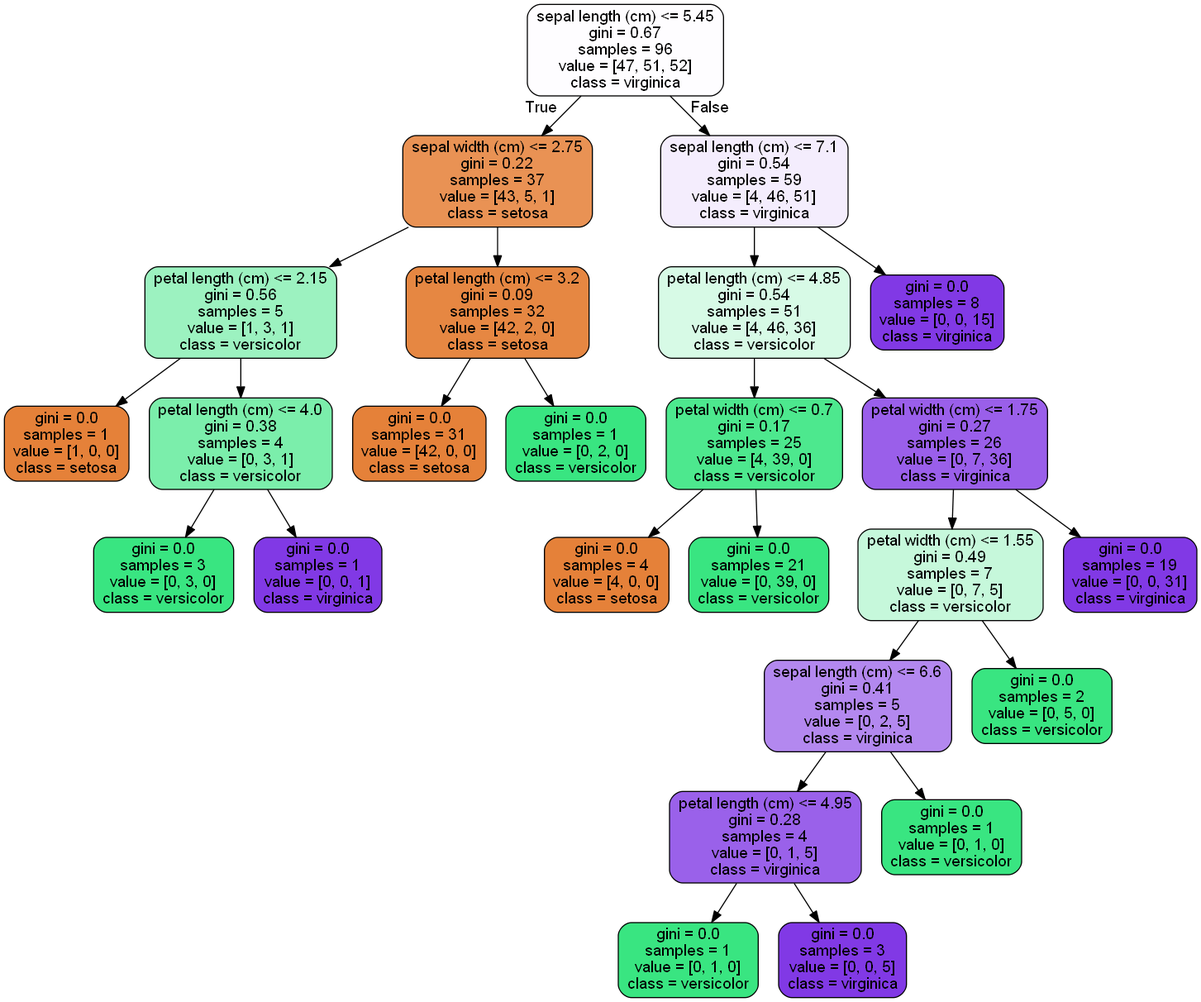
Earlier version of the Graphviz export 1593492590_RandomForest_Covid_Case_Study_06302020 (3)/RandomForest Covid Case Study_06302020/tree.png (sweta0805/springboard). Its source is kept beside it as 1593492590_RandomForest_Covid_Case_Study_06302020 (3)/RandomForest Covid Case Study_06302020/tree.dot. Its diagram source:
```dot
digraph Tree {
node [shape=box, style="filled, rounded", color="black", fontname=helvetica] ;
edge [fontname=helvetica] ;
0 [label="sepal length (cm) <= 5.45\ngini = 0.67\nsamples = 96\nvalue = [47, 51, 52]\nclass = virginica", fillcolor="#fefdff"] ;
1 [label="sepal width (cm) <= 2.75\ngini = 0.22\nsamples = 37\nvalue = [43, 5, 1]\nclass = setosa", fillcolor="#e99254"] ;
0 -> 1 [labeldistance=2.5, labelangle=45, headlabel="True"] ;
2 [label="petal length (cm) <= 2.15\ngini = 0.56\nsamples = 5\nvalue = [1, 3, 1]\nclass = versicolor", fillcolor="#9cf2c0"] ;
1 -> 2 ;
3 [label="gini = 0.0\nsamples = 1\nvalue = [1, 0, 0]\nclass = setosa", fillcolor="#e58139"] ;
2 -> 3 ;
4 [label="petal length (cm) <= 4.0\ngini = 0.38\nsamples = 4\nvalue = [0, 3, 1]\nclass = versicolor", fillcolor="#7beeab"] ;
2 -> 4 ;
5 [label="gini = 0.0\nsamples = 3\nvalue = [0, 3, 0]\nclass = versicolor", fillcolor="#39e581"] ;
4 -> 5 ;
6 [label="gini = 0.0\nsamples = 1\nvalue = [0, 0, 1]\nclass = virginica", fillcolor="#8139e5"] ;
4 -> 6 ;
7 [label="petal length (cm) <= 3.2\ngini = 0.09\nsamples = 32\nvalue = [42, 2, 0]\nclass = setosa", fillcolor="#e68742"] ;
1 -> 7 ;
8 [label="gini = 0.0\nsamples = 31\nvalue = [42, 0, 0]\nclass = setosa", fillcolor="#e58139"] ;
7 -> 8 ;
9 [label="gini = 0.0\nsamples = 1\nvalue = [0, 2, 0]\nclass = versicolor", fillcolor="#39e581"] ;
7 -> 9 ;
10 [label="sepal length (cm) <= 7.1\ngini = 0.54\nsamples = 59\nvalue = [4, 46, 51]\nclass = virginica", fillcolor="#f4edfd"] ;
0 -> 10 [labeldistance=2.5, labelangle=-45, headlabel="False"] ;
11 [label="petal length (cm) <= 4.85\ngini = 0.54\nsamples = 51\nvalue = [4, 46, 36]\nclass = versicolor", fillcolor="#d7fae6"] ;
10 -> 11 ;
12 [label="petal width (cm) <= 0.7\ngini = 0.17\nsamples = 25\nvalue = [4, 39, 0]\nclass = versicolor", fillcolor="#4de88e"] ;
11 -> 12 ;
13 [label="gini = 0.0\nsamples = 4\nvalue = [4, 0, 0]\nclass = setosa", fillcolor="#e58139"] ;
12 -> 13 ;
14 [label="gini = 0.0\nsamples = 21\nvalue = [0, 39, 0]\nclass = versicolor", fillcolor="#39e581"] ;
12 -> 14 ;
15 [label="petal width (cm) <= 1.75\ngini = 0.27\nsamples = 26\nvalue = [0, 7, 36]\nclass = virginica", fillcolor="#9a5fea"] ;
11 -> 15 ;
16 [label="petal width (cm) <= 1.55\ngini = 0.49\nsamples = 7\nvalue = [0, 7, 5]\nclass = versicolor", fillcolor="#c6f8db"] ;
15 -> 16 ;
17 [label="sepal length (cm) <= 6.6\ngini = 0.41\nsamples = 5\nvalue = [0, 2, 5]\nclass = virginica", fillcolor="#b388ef"] ;
16 -> 17 ;
18 [label="petal length (cm) <= 4.95\ngini = 0.28\nsamples = 4\nvalue = [0, 1, 5]\nclass = virginica", fillcolor="#9a61ea"] ;
17 -> 18 ;
19 [label="gini = 0.0\nsamples = 1\nvalue = [0, 1, 0]\nclass = versicolor", fillcolor="#39e581"] ;
18 -> 19 ;
20 [label="gini = 0.0\nsamples = 3\nvalue = [0, 0, 5]\nclass = virginica", fillcolor="#8139e5"] ;
18 -> 20 ;
21 [label="gini = 0.0\nsamples = 1\nvalue = [0, 1, 0]\nclass = versicolor", fillcolor="#39e581"] ;
17 -> 21 ;
22 [label="gini = 0.0\nsamples = 2\nvalue = [0, 5, 0]\nclass = versicolor", fillcolor="#39e581"] ;
16 -> 22 ;
23 [label="gini = 0.0\nsamples = 19\nvalue = [0, 0, 31]\nclass = virginica", fillcolor="#8139e5"] ;
15 -> 23 ;
24 [label="gini = 0.0\nsamples = 8\nvalue = [0, 0, 15]\nclass = virginica", fillcolor="#8139e5"] ;
10 -> 24 ;
}
```
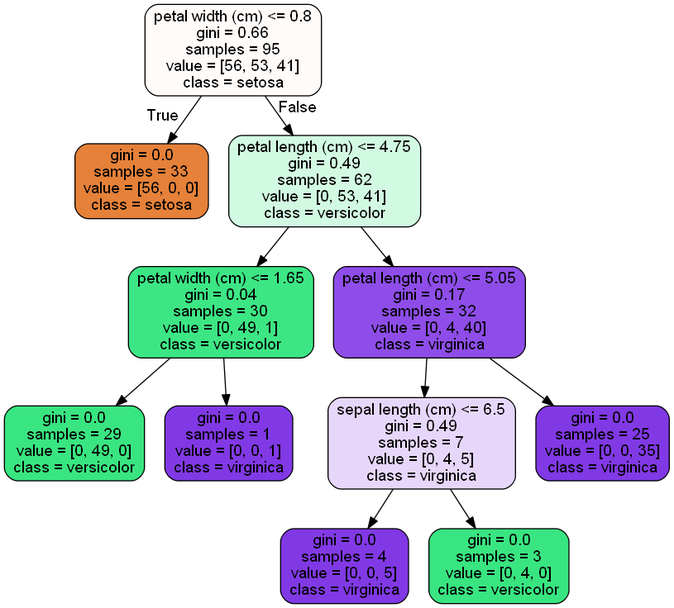
The same file after the commit.

Change to the diagram source:
```diff
@@ -1,53 +1,25 @@
 digraph Tree {
 node [shape=box, style="filled, rounded", color="black", fontname=helvetica] ;
 edge [fontname=helvetica] ;
-0 [label="sepal length (cm) <= 5.45\ngini = 0.67\nsamples = 96\nvalue = [47, 51, 52]\nclass = virginica", fillcolor="#fefdff"] ;
-1 [label="sepal width (cm) <= 2.75\ngini = 0.22\nsamples = 37\nvalue = [43, 5, 1]\nclass = setosa", fillcolor="#e99254"] ;
+0 [label="petal width (cm) <= 0.8\ngini = 0.66\nsamples = 95\nvalue = [56, 53, 41]\nclass = setosa", fillcolor="#fefbf9"] ;
+1 [label="gini = 0.0\nsamples = 33\nvalue = [56, 0, 0]\nclass = setosa", fillcolor="#e58139"] ;
 0 -> 1 [labeldistance=2.5, labelangle=45, headlabel="True"] ;
-2 [label="petal length (cm) <= 2.15\ngini = 0.56\nsamples = 5\nvalue = [1, 3, 1]\nclass = versicolor", fillcolor="#9cf2c0"] ;
-1 -> 2 ;
-3 [label="gini = 0.0\nsamples = 1\nvalue = [1, 0, 0]\nclass = setosa", fillcolor="#e58139"] ;
+2 [label="petal length (cm) <= 4.75\ngini = 0.49\nsamples = 62\nvalue = [0, 53, 41]\nclass = versicolor", fillcolor="#d2f9e2"] ;
+0 -> 2 [labeldistance=2.5, labelangle=-45, headlabel="False"] ;
+3 [label="petal width (cm) <= 1.65\ngini = 0.04\nsamples = 30\nvalue = [0, 49, 1]\nclass = versicolor", fillcolor="#3de684"] ;
 2 -> 3 ;
-4 [label="petal length (cm) <= 4.0\ngini = 0.38\nsamples = 4\nvalue = [0, 3, 1]\nclass = versicolor", fillcolor="#7beeab"] ;
-2 -> 4 ;
-5 [label="gini = 0.0\nsamples = 3\nvalue = [0, 3, 0]\nclass = versicolor", fillcolor="#39e581"] ;
-4 -> 5 ;
-6 [label="gini = 0.0\nsamples = 1\nvalue = [0, 0, 1]\nclass = virginica", fillcolor="#8139e5"] ;
-4 -> 6 ;
-7 [label="petal length (cm) <= 3.2\ngini = 0.09\nsamples = 32\nvalue = [42, 2, 0]\nclass = setosa", fillcolor="#e68742"] ;
-1 -> 7 ;
-8 [label="gini = 0.0\nsamples = 31\nvalue = [42, 0, 0]\nclass = setosa", fillcolor="#e58139"] ;
+4 [label="gini = 0.0\nsamples = 29\nvalue = [0, 49, 0]\nclass = versicolor", fillcolor="#39e581"] ;
+3 -> 4 ;
+5 [label="gini = 0.0\nsamples = 1\nvalue = [0, 0, 1]\nclass = virginica", fillcolor="#8139e5"] ;
+3 -> 5 ;
+6 [label="petal length (cm) <= 5.05\ngini = 0.17\nsamples = 32\nvalue = [0, 4, 40]\nclass = virginica", fillcolor="#8e4de8"] ;
+2 -> 6 ;
+7 [label="sepal length (cm) <= 6.5\ngini = 0.49\nsamples = 7\nvalue = [0, 4, 5]\nclass = virginica", fillcolor="#e6d7fa"] ;
+6 -> 7 ;
+8 [label="gini = 0.0\nsamples = 4\nvalue = [0, 0, 5]\nclass = virginica", fillcolor="#8139e5"] ;
 7 -> 8 ;
-9 [label="gini = 0.0\nsamples = 1\nvalue = [0, 2, 0]\nclass = versicolor", fillcolor="#39e581"] ;
+9 [label="gini = 0.0\nsamples = 3\nvalue = [0, 4, 0]\nclass = versicolor", fillcolor="#39e581"] ;
 7 -> 9 ;
-10 [label="sepal length (cm) <= 7.1\ngini = 0.54\nsamples = 59\nvalue = [4, 46, 51]\nclass = virginica", fillcolor="#f4edfd"] ;
-0 -> 10 [labeldistance=2.5, labelangle=-45, headlabel="False"] ;
-11 [label="petal length (cm) <= 4.85\ngini = 0.54\nsamples = 51\nvalue = [4, 46, 36]\nclass = versicolor", fillcolor="#d7fae6"] ;
-10 -> 11 ;
-12 [label="petal width (cm) <= 0.7\ngini = 0.17\nsamples = 25\nvalue = [4, 39, 0]\nclass = versicolor", fillcolor="#4de88e"] ;
-11 -> 12 ;
-13 [label="gini = 0.0\nsamples = 4\nvalue = [4, 0, 0]\nclass = setosa", fillcolor="#e58139"] ;
-12 -> 13 ;
-14 [label="gini = 0.0\nsamples = 21\nvalue = [0, 39, 0]\nclass = versicolor", fillcolor="#39e581"] ;
-12 -> 14 ;
-15 [label="petal width (cm) <= 1.75\ngini = 0.27\nsamples = 26\nvalue = [0, 7, 36]\nclass = virginica", fillcolor="#9a5fea"] ;
-11 -> 15 ;
-16 [label="petal width (cm) <= 1.55\ngini = 0.49\nsamples = 7\nvalue = [0, 7, 5]\nclass = versicolor", fillcolor="#c6f8db"] ;
-15 -> 16 ;
-17 [label="sepal length (cm) <= 6.6\ngini = 0.41\nsamples = 5\nvalue = [0, 2, 5]\nclass = virginica", fillcolor="#b388ef"] ;
-16 -> 17 ;
-18 [label="petal length (cm) <= 4.95\ngini = 0.28\nsamples = 4\nvalue = [0, 1, 5]\nclass = virginica", fillcolor="#9a61ea"] ;
-17 -> 18 ;
-19 [label="gini = 0.0\nsamples = 1\nvalue = [0, 1, 0]\nclass = versicolor", fillcolor="#39e581"] ;
-18 -> 19 ;
-20 [label="gini = 0.0\nsamples = 3\nvalue = [0, 0, 5]\nclass = virginica", fillcolor="#8139e5"] ;
-18 -> 20 ;
-21 [label="gini = 0.0\nsamples = 1\nvalue = [0, 1, 0]\nclass = versicolor", fillcolor="#39e581"] ;
-17 -> 21 ;
-22 [label="gini = 0.0\nsamples = 2\nvalue = [0, 5, 0]\nclass = versicolor", fillcolor="#39e581"] ;
-16 -> 22 ;
-23 [label="gini = 0.0\nsamples = 19\nvalue = [0, 0, 31]\nclass = virginica", fillcolor="#8139e5"] ;
-15 -> 23 ;
-24 [label="gini = 0.0\nsamples = 8\nvalue = [0, 0, 15]\nclass = virginica", fillcolor="#8139e5"] ;
-10 -> 24 ;
+10 [label="gini = 0.0\nsamples = 25\nvalue = [0, 0, 35]\nclass = virginica", fillcolor="#8139e5"] ;
+6 -> 10 ;
 }
```
